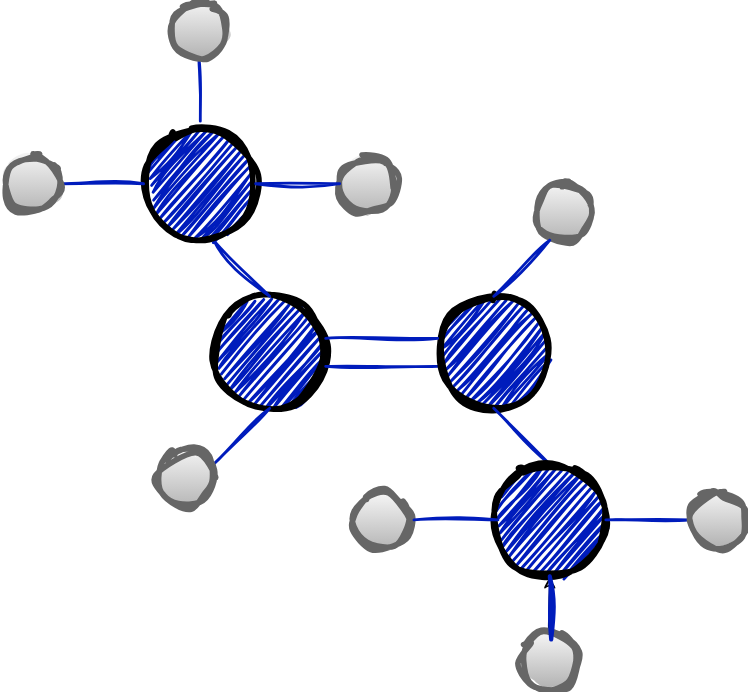
The draw.io diagram client/src/blueprints/labs-list/isomer.svg in Rus-tam/neurolab, before a commit. Source tidied: cells renumbered, new cells last; positions are measured from the earlier drawing's top-left corner, leaving out a move shared by most shapes.
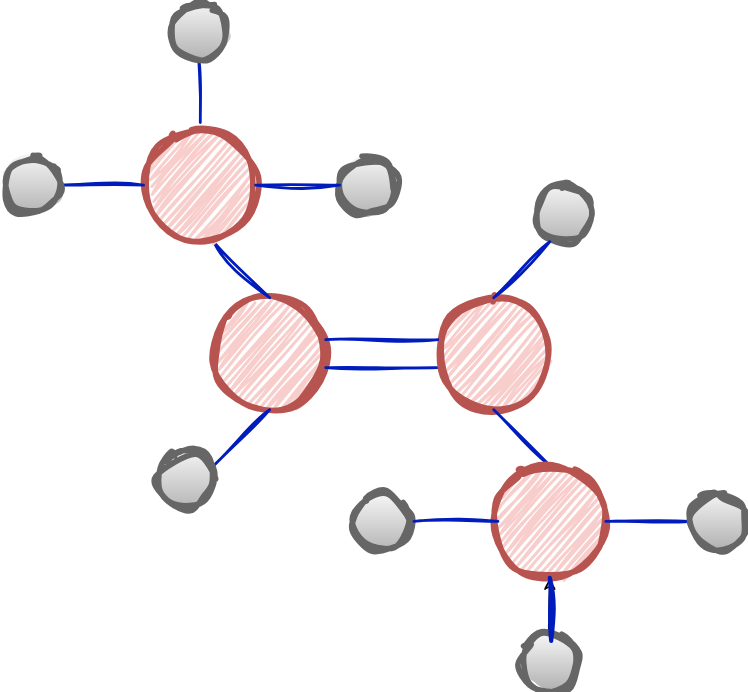
After the commit.

Change to the diagram source:
```diff
@@ -2,7 +2,7 @@
   <root>
     <mxCell id="0" />
     <mxCell id="1" parent="0" />
-    <mxCell id="2" style="ellipse;whiteSpace=wrap;html=1;sketch=1;hachureGap=4;jiggle=2;curveFitting=1;fontFamily=Architects Daughter;fontSource=https%3A%2F%2Ffonts.googleapis.com%2Fcss%3Ffamily%3DArchitects%2BDaughter;fontSize=20;fillColor=#001cbc;strokeWidth=4;" parent="1" vertex="1">
+    <mxCell id="2" style="ellipse;whiteSpace=wrap;html=1;sketch=1;hachureGap=4;jiggle=2;curveFitting=1;fontFamily=Architects Daughter;fontSource=https%3A%2F%2Ffonts.googleapis.com%2Fcss%3Ffamily%3DArchitects%2BDaughter;fontSize=20;fillColor=#f8cecc;strokeWidth=4;strokeColor=#b85450;" parent="1" vertex="1">
       <mxGeometry x="150" y="210" width="80" height="80" as="geometry" />
     </mxCell>
     <mxCell id="3" style="endArrow=none;html=1;rounded=0;sketch=1;hachureGap=4;jiggle=2;curveFitting=1;fontFamily=Architects Daughter;fontSource=https%3A%2F%2Ffonts.googleapis.com%2Fcss%3Ffamily%3DArchitects%2BDaughter;fontSize=16;strokeColor=#001cbc;strokeWidth=2;" parent="1" edge="1">
@@ -11,7 +11,7 @@
         <mxPoint x="310" y="260" as="targetPoint" />
       </mxGeometry>
     </mxCell>
-    <mxCell id="4" style="ellipse;whiteSpace=wrap;html=1;sketch=1;hachureGap=4;jiggle=2;curveFitting=1;fontFamily=Architects Daughter;fontSource=https://fonts.googleapis.com/css?family=Architects+Daughter;fontSize=20;fillColor=#001cbc;strokeWidth=4;" parent="1" vertex="1">
+    <mxCell id="4" style="ellipse;whiteSpace=wrap;html=1;sketch=1;hachureGap=4;jiggle=2;curveFitting=1;fontFamily=Architects Daughter;fontSource=https://fonts.googleapis.com/css?family=Architects+Daughter;fontSize=20;fillColor=#f8cecc;strokeWidth=4;strokeColor=#b85450;" parent="1" vertex="1">
       <mxGeometry x="310" y="210" width="80" height="80" as="geometry" />
     </mxCell>
     <mxCell id="5" style="endArrow=none;html=1;rounded=0;sketch=1;hachureGap=4;jiggle=2;curveFitting=1;fontFamily=Architects Daughter;fontSource=https://fonts.googleapis.com/css?family=Architects+Daughter;fontSize=16;strokeColor=#001cbc;strokeWidth=2;" parent="1" edge="1">
@@ -50,7 +50,7 @@
         <mxPoint x="190" y="210" as="targetPoint" />
       </mxGeometry>
     </mxCell>
-    <mxCell id="12" style="ellipse;whiteSpace=wrap;html=1;sketch=1;hachureGap=4;jiggle=2;curveFitting=1;fontFamily=Architects Daughter;fontSource=https://fonts.googleapis.com/css?family=Architects+Daughter;fontSize=20;fillColor=#001cbc;strokeWidth=4;" parent="1" vertex="1">
+    <mxCell id="12" style="ellipse;whiteSpace=wrap;html=1;sketch=1;hachureGap=4;jiggle=2;curveFitting=1;fontFamily=Architects Daughter;fontSource=https://fonts.googleapis.com/css?family=Architects+Daughter;fontSize=20;fillColor=#f8cecc;strokeWidth=4;strokeColor=#b85450;" parent="1" vertex="1">
       <mxGeometry x="350" y="330" width="80" height="80" as="geometry" />
     </mxCell>
     <mxCell id="13" style="endArrow=none;html=1;rounded=0;sketch=1;hachureGap=4;jiggle=2;curveFitting=1;fontFamily=Architects Daughter;fontSource=https://fonts.googleapis.com/css?family=Architects+Daughter;fontSize=16;strokeColor=#001cbc;strokeWidth=2;" parent="1" edge="1">
@@ -65,7 +65,7 @@
         <mxPoint x="140.5" y="85" as="targetPoint" />
       </mxGeometry>
     </mxCell>
-    <mxCell id="15" style="ellipse;whiteSpace=wrap;html=1;sketch=1;hachureGap=4;jiggle=2;curveFitting=1;fontFamily=Architects Daughter;fontSource=https://fonts.googleapis.com/css?family=Architects+Daughter;fontSize=20;fillColor=#001cbc;strokeWidth=4;" parent="1" vertex="1">
+    <mxCell id="15" style="ellipse;whiteSpace=wrap;html=1;sketch=1;hachureGap=4;jiggle=2;curveFitting=1;fontFamily=Architects Daughter;fontSource=https://fonts.googleapis.com/css?family=Architects+Daughter;fontSize=20;fillColor=#f8cecc;strokeWidth=4;strokeColor=#b85450;" parent="1" vertex="1">
       <mxGeometry x="100" y="90" width="80" height="80" as="geometry" />
     </mxCell>
     <mxCell id="16" style="endArrow=none;html=1;rounded=0;sketch=1;hachureGap=4;jiggle=2;curveFitting=1;fontFamily=Architects Daughter;fontSource=https://fonts.googleapis.com/css?family=Architects+Daughter;fontSize=16;strokeColor=#001cbc;strokeWidth=2;" parent="1" edge="1">
```
